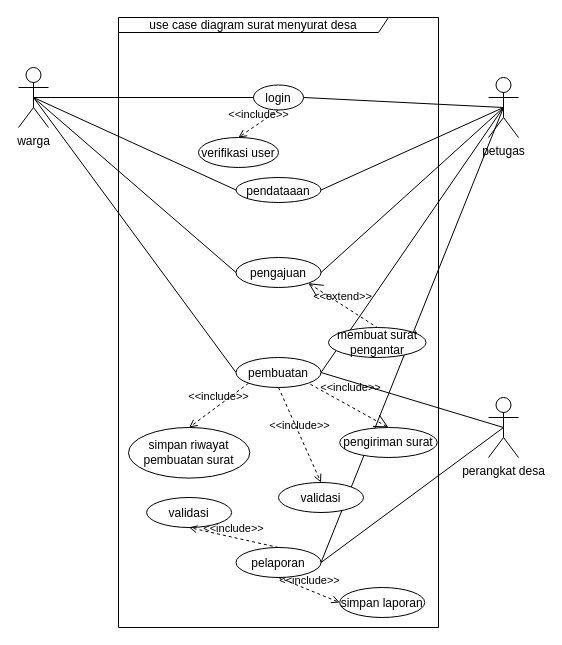
novianh/desain-dan-analis-sistem keeps this draw.io diagram as page "UML" (3 of 7) of state Diagram.drawio. Above is the earlier version. Source tidied: cells renumbered, new cells numbered last; positions are measured from the earlier drawing's top-left corner, leaving out a move shared by most shapes. Both pictures are drawn from the tidied source at 100%, with x=0, y=0 at pixel (18, 17).
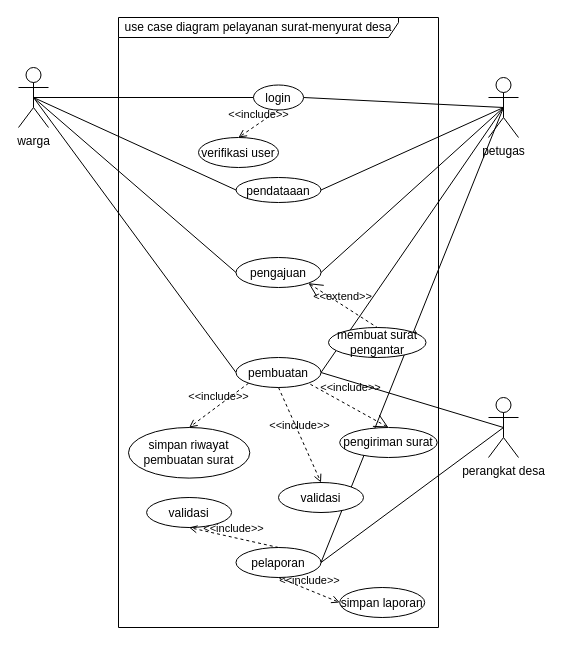
Above is the later version.

Change to the diagram source:
```diff
@@
-    <mxCell id="2" value="use case diagram surat menyurat desa" style="shape=umlFrame;whiteSpace=wrap;html=1;width=270;height=15;" parent="1" vertex="1">
+    <mxCell id="2" value="use case diagram pelayanan surat-menyurat desa" style="shape=umlFrame;whiteSpace=wrap;html=1;width=280;height=20;" parent="1" vertex="1">
       <mxGeometry x="100" width="320" height="610" as="geometry" />
     </mxCell>
```
